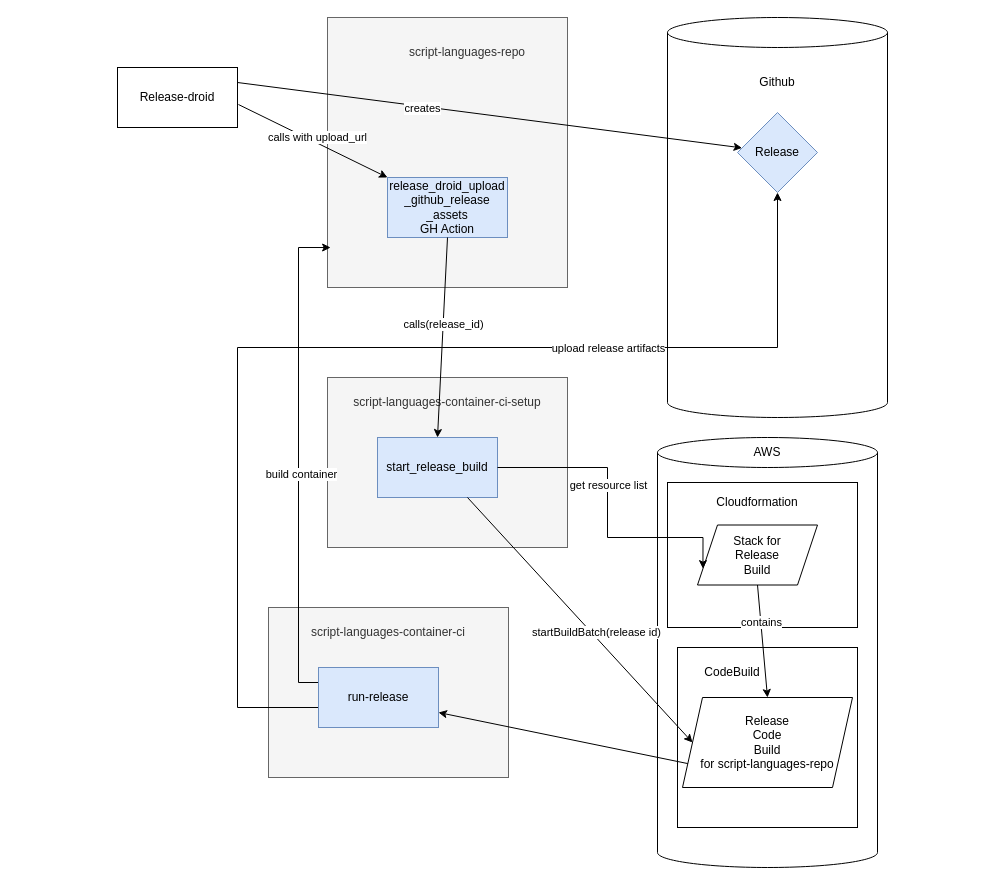
The draw.io diagram user_guide/release-flow.drawio in exasol/script-languages-container-ci-setup, before the edit. Source tidied: cells renumbered, new cells numbered last; positions are measured from the earlier drawing's top-left corner, leaving out a move shared by most shapes. Both pictures are drawn from the tidied source at 100%, with x=0, y=0 at pixel (117, 17).
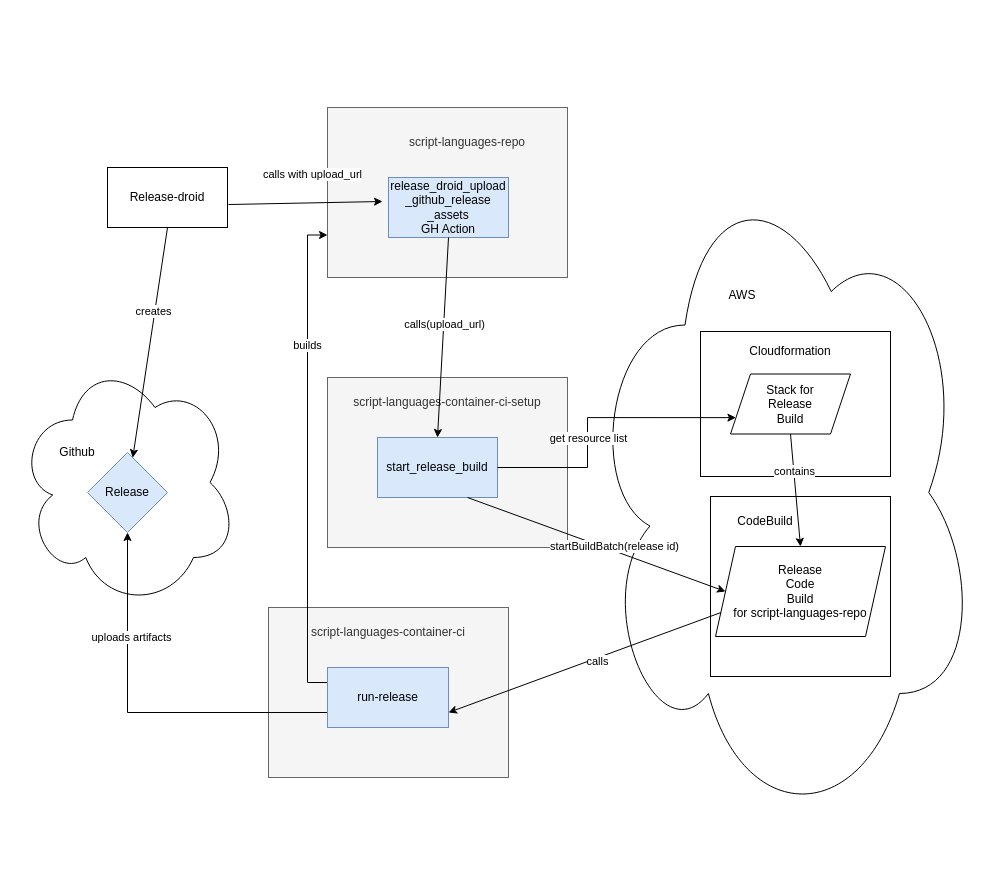
The same diagram, later.

Commit message (it also covers changes not shown here):
Updated documentation for release and test-release flows.

The change refers to these unchanged cells:
```xml
<mxCell id="15" value="start_release_build" style="rounded=0;whiteSpace=wrap;html=1;fillColor=#dae8fc;strokeColor=#6c8ebf;" parent="1" vertex="1">
  <mxGeometry x="260" y="420" width="120" height="60" as="geometry" />
</mxCell>
<mxCell id="16" style="endArrow=classic;html=1;rounded=0;exitX=0.5;exitY=1;exitDx=0;exitDy=0;entryX=0.5;entryY=0;entryDx=0;entryDy=0;" parent="1" edge="1" source="4" target="15">
  <mxGeometry relative="1" as="geometry" />
</mxCell>
<mxCell id="39" style="endArrow=classic;html=1;rounded=0;exitX=0;exitY=0.75;exitDx=0;exitDy=0;entryX=1;entryY=0.75;entryDx=0;entryDy=0;" parent="1" edge="1" source="22" target="36">
  <mxGeometry relative="1" as="geometry" />
</mxCell>
```

What changed in the source:
```diff
@@
+    <mxCell id="40" style="ellipse;shape=cloud;whiteSpace=wrap;html=1;" parent="1" vertex="1">
+      <mxGeometry x="470" y="140" width="390" height="670" as="geometry" />
+    </mxCell>
+    <mxCell id="41" style="ellipse;shape=cloud;whiteSpace=wrap;html=1;" parent="1" vertex="1">
+      <mxGeometry x="-100" y="340" width="220" height="250" as="geometry" />
+    </mxCell>
     <mxCell id="2" value="Release-droid" style="rounded=0;whiteSpace=wrap;html=1;" parent="1" vertex="1">
-      <mxGeometry y="50" width="120" height="60" as="geometry" />
+      <mxGeometry x="-10" y="150" width="120" height="60" as="geometry" />
     </mxCell>
     <mxCell id="3" style="rounded=0;whiteSpace=wrap;html=1;fillColor=#f5f5f5;fontColor=#333333;strokeColor=#666666;" parent="1" vertex="1">
-      <mxGeometry x="210" width="240" height="270" as="geometry" />
+      <mxGeometry x="210" y="90" width="240" height="170" as="geometry" />
     </mxCell>
     <mxCell id="4" value="release_droid_upload&lt;br&gt;_github_release&lt;br&gt;_assets&lt;br&gt;GH Action" style="rounded=0;whiteSpace=wrap;html=1;fillColor=#dae8fc;strokeColor=#6c8ebf;" parent="1" vertex="1">
-      <mxGeometry x="270" y="160" width="120" height="60" as="geometry" />
+      <mxGeometry x="271" y="160" width="120" height="60" as="geometry" />
     </mxCell>
-    <mxCell id="5" style="shape=cylinder3;whiteSpace=wrap;html=1;boundedLbl=1;backgroundOutline=1;size=15;" parent="1" vertex="1">
-      <mxGeometry x="550" width="220" height="400" as="geometry" />
-    </mxCell>
     <mxCell id="6" value="Github" style="text;html=1;strokeColor=none;fillColor=none;align=center;verticalAlign=middle;whiteSpace=wrap;rounded=0;" parent="1" vertex="1">
-      <mxGeometry x="630" y="50" width="60" height="30" as="geometry" />
+      <mxGeometry x="-70" y="420" width="60" height="30" as="geometry" />
     </mxCell>
     <mxCell id="7" value="Release" style="rhombus;whiteSpace=wrap;html=1;fillColor=#dae8fc;strokeColor=#6c8ebf;" parent="1" vertex="1">
-      <mxGeometry x="620" y="95" width="80" height="80" as="geometry" />
+      <mxGeometry x="-30" y="435" width="80" height="80" as="geometry" />
     </mxCell>
-    <mxCell id="8" style="endArrow=classic;html=1;rounded=0;exitX=1;exitY=0.25;exitDx=0;exitDy=0;" parent="1" edge="1" source="2" target="7">
+    <mxCell id="8" style="endArrow=classic;html=1;rounded=0;exitX=0.5;exitY=1;exitDx=0;exitDy=0;" parent="1" edge="1" source="2" target="7">
       <mxGeometry relative="1" as="geometry" />
     </mxCell>
@@
-    <mxCell id="10" style="endArrow=classic;html=1;rounded=0;exitX=1.008;exitY=0.617;exitDx=0;exitDy=0;exitPerimeter=0;entryX=0;entryY=0;entryDx=0;entryDy=0;" parent="1" edge="1" source="2" target="4">
+    <mxCell id="10" style="endArrow=classic;html=1;rounded=0;exitX=1.008;exitY=0.617;exitDx=0;exitDy=0;exitPerimeter=0;entryX=-0.05;entryY=0.4;entryDx=0;entryDy=0;entryPerimeter=0;" parent="1" edge="1" source="2" target="4">
       <mxGeometry relative="1" as="geometry" />
     </mxCell>
@@
     <mxCell id="12" value="&lt;span style=&quot;color: rgb(51, 51, 51);&quot;&gt;script-languages-repo&lt;/span&gt;" style="text;html=1;strokeColor=none;fillColor=none;align=center;verticalAlign=middle;whiteSpace=wrap;rounded=0;" parent="1" vertex="1">
-      <mxGeometry x="260" y="20" width="180" height="30" as="geometry" />
+      <mxGeometry x="260" y="110" width="180" height="30" as="geometry" />
     </mxCell>
@@
-    <mxCell id="17" value="calls(release_id)" style="edgeLabel;html=1;align=center;verticalAlign=middle;" parent="16" vertex="1">
+    <mxCell id="17" value="calls(upload_url)" style="edgeLabel;html=1;align=center;verticalAlign=middle;" parent="16" vertex="1">
       <mxGeometry x="-0.13" relative="1" as="geometry" />
     </mxCell>
-    <mxCell id="18" style="shape=cylinder3;whiteSpace=wrap;html=1;boundedLbl=1;backgroundOutline=1;size=15;" parent="1" vertex="1">
-      <mxGeometry x="540" y="420" width="220" height="430" as="geometry" />
-    </mxCell>
     <mxCell id="19" value="AWS" style="text;html=1;strokeColor=none;fillColor=none;align=center;verticalAlign=middle;whiteSpace=wrap;rounded=0;" parent="1" vertex="1">
-      <mxGeometry x="620" y="420" width="60" height="30" as="geometry" />
+      <mxGeometry x="595" y="263" width="60" height="30" as="geometry" />
     </mxCell>
     <mxCell id="20" style="whiteSpace=wrap;html=1;" parent="1" vertex="1">
-      <mxGeometry x="560" y="630" width="180" height="180" as="geometry" />
+      <mxGeometry x="593" y="479" width="180" height="180" as="geometry" />
     </mxCell>
     <mxCell id="21" value="CodeBuild" style="text;html=1;strokeColor=none;fillColor=none;align=center;verticalAlign=middle;whiteSpace=wrap;rounded=0;" parent="1" vertex="1">
-      <mxGeometry x="585" y="640" width="60" height="30" as="geometry" />
+      <mxGeometry x="618" y="489" width="60" height="30" as="geometry" />
     </mxCell>
     <mxCell id="22" value="Release&lt;br&gt;Code&lt;br&gt;Build&lt;br&gt;for script-languages-repo" style="shape=parallelogram;perimeter=parallelogramPerimeter;whiteSpace=wrap;html=1;fixedSize=1;" parent="1" vertex="1">
-      <mxGeometry x="565" y="680" width="170" height="90" as="geometry" />
+      <mxGeometry x="598" y="529" width="170" height="90" as="geometry" />
     </mxCell>
     <mxCell id="23" style="rounded=0;whiteSpace=wrap;html=1;" parent="1" vertex="1">
-      <mxGeometry x="550" y="465" width="190" height="145" as="geometry" />
+      <mxGeometry x="583" y="314" width="190" height="145" as="geometry" />
     </mxCell>
     <mxCell id="24" value="Cloudformation" style="text;html=1;strokeColor=none;fillColor=none;align=center;verticalAlign=middle;whiteSpace=wrap;rounded=0;" parent="1" vertex="1">
-      <mxGeometry x="610" y="470" width="60" height="30" as="geometry" />
+      <mxGeometry x="643" y="319" width="60" height="30" as="geometry" />
     </mxCell>
     <mxCell id="25" value="Stack for &lt;br&gt;Release&lt;br&gt;Build" style="shape=parallelogram;perimeter=parallelogramPerimeter;whiteSpace=wrap;html=1;fixedSize=1;" parent="1" vertex="1">
-      <mxGeometry x="580" y="507.5" width="120" height="60" as="geometry" />
+      <mxGeometry x="613" y="356.5" width="120" height="60" as="geometry" />
     </mxCell>
@@
     <mxCell id="28" style="edgeStyle=orthogonalEdgeStyle;rounded=0;jettySize=auto;html=1;exitX=1;exitY=0.5;exitDx=0;exitDy=0;entryX=0;entryY=0.75;entryDx=0;entryDy=0;" parent="1" edge="1" source="15" target="25">
       <mxGeometry relative="1" as="geometry">
         <Array as="points">
-          <mxPoint x="490" y="450" />
-          <mxPoint x="490" y="520" />
-          <mxPoint x="586" y="520" />
+          <mxPoint x="470" y="450" />
+          <mxPoint x="470" y="400" />
         </Array>
       </mxGeometry>
     </mxCell>
@@
+    <mxCell id="34" style="edgeStyle=orthogonalEdgeStyle;rounded=0;jettySize=auto;html=1;exitX=0;exitY=0.75;exitDx=0;exitDy=0;entryX=0.5;entryY=1;entryDx=0;entryDy=0;" parent="1" edge="1" source="36" target="7">
+      <mxGeometry relative="1" as="geometry" />
+    </mxCell>
+    <mxCell id="42" value="uploads artifacts" style="edgeLabel;html=1;align=center;verticalAlign=middle;" parent="34" vertex="1">
+      <mxGeometry x="0.45" y="-3" relative="1" as="geometry" />
+    </mxCell>
-    <mxCell id="32" style="edgeStyle=orthogonalEdgeStyle;rounded=0;jettySize=auto;html=1;exitX=0;exitY=0.25;exitDx=0;exitDy=0;entryX=0.013;entryY=0.852;entryDx=0;entryDy=0;entryPerimeter=0;" parent="1" edge="1" source="36" target="3">
-      <mxGeometry relative="1" as="geometry">
-        <Array as="points">
-          <mxPoint x="181" y="665" />
-          <mxPoint x="181" y="230" />
-        </Array>
-      </mxGeometry>
+    <mxCell id="32" style="edgeStyle=orthogonalEdgeStyle;rounded=0;jettySize=auto;html=1;exitX=0;exitY=0.25;exitDx=0;exitDy=0;entryX=0;entryY=0.75;entryDx=0;entryDy=0;" parent="1" edge="1" source="36" target="3">
+      <mxGeometry relative="1" as="geometry" />
     </mxCell>
-    <mxCell id="33" value="build container" style="edgeLabel;html=1;align=center;verticalAlign=middle;" parent="32" vertex="1">
-      <mxGeometry x="-0.06" y="-2" relative="1" as="geometry" />
-    </mxCell>
-    <mxCell id="34" style="edgeStyle=orthogonalEdgeStyle;rounded=0;jettySize=auto;html=1;exitX=0;exitY=0.75;exitDx=0;exitDy=0;" parent="1" edge="1" source="36" target="7">
-      <mxGeometry relative="1" as="geometry">
-        <Array as="points">
-          <mxPoint x="201" y="690" />
-          <mxPoint x="120" y="690" />
-          <mxPoint x="120" y="330" />
-          <mxPoint x="660" y="330" />
-        </Array>
-      </mxGeometry>
-    </mxCell>
-    <mxCell id="35" value="upload release artifacts" style="edgeLabel;html=1;align=center;verticalAlign=middle;" parent="34" vertex="1">
-      <mxGeometry x="0.43" relative="1" as="geometry" />
-    </mxCell>
+    <mxCell id="43" value="builds" style="edgeLabel;html=1;align=center;verticalAlign=middle;" parent="32" vertex="1">
+      <mxGeometry x="0.47" y="1" relative="1" as="geometry" />
+    </mxCell>
     <mxCell id="36" value="run-release" style="rounded=0;whiteSpace=wrap;html=1;fillColor=#dae8fc;strokeColor=#6c8ebf;" parent="1" vertex="1">
-      <mxGeometry x="201" y="650" width="120" height="60" as="geometry" />
+      <mxGeometry x="210" y="650" width="121" height="60" as="geometry" />
     </mxCell>
@@
+    <mxCell id="44" value="calls" style="edgeLabel;html=1;align=center;verticalAlign=middle;" parent="39" vertex="1">
+      <mxGeometry x="-0.08" y="3" relative="1" as="geometry" />
+    </mxCell>
```
